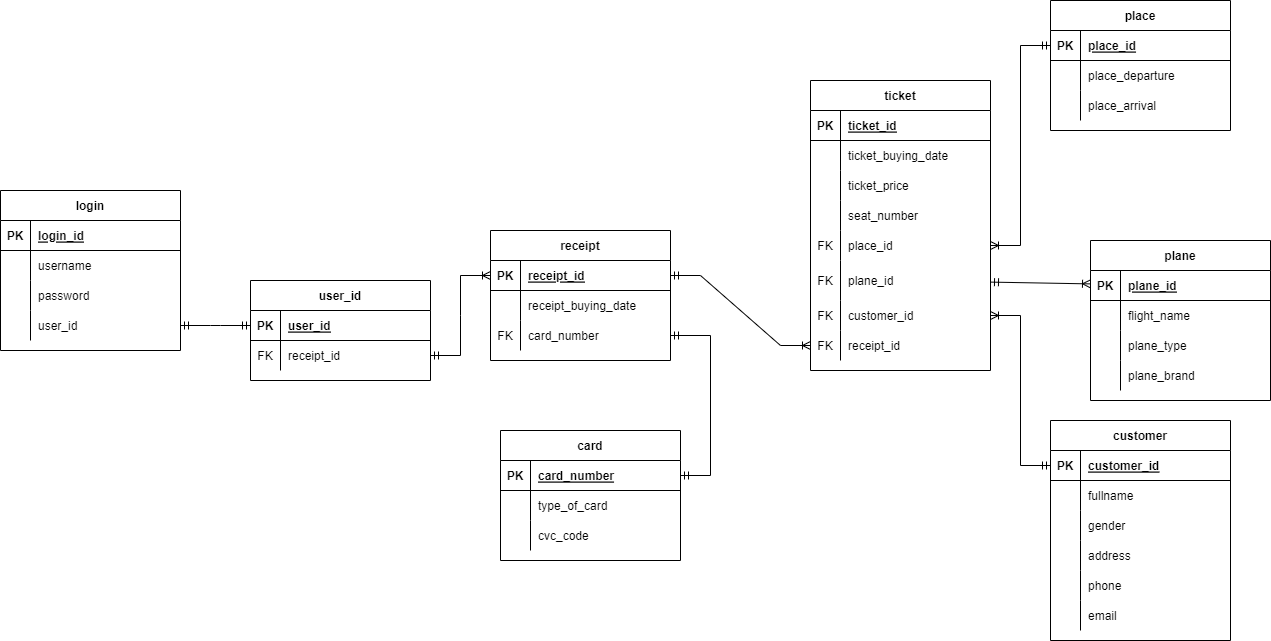
Above: database/Database.png in GumBox/CloudAirlineG8 (draw.io), before the change. Source tidied: cells renumbered, new cells last; positions are measured from the earlier drawing's top-left corner, leaving out a move shared by most shapes.
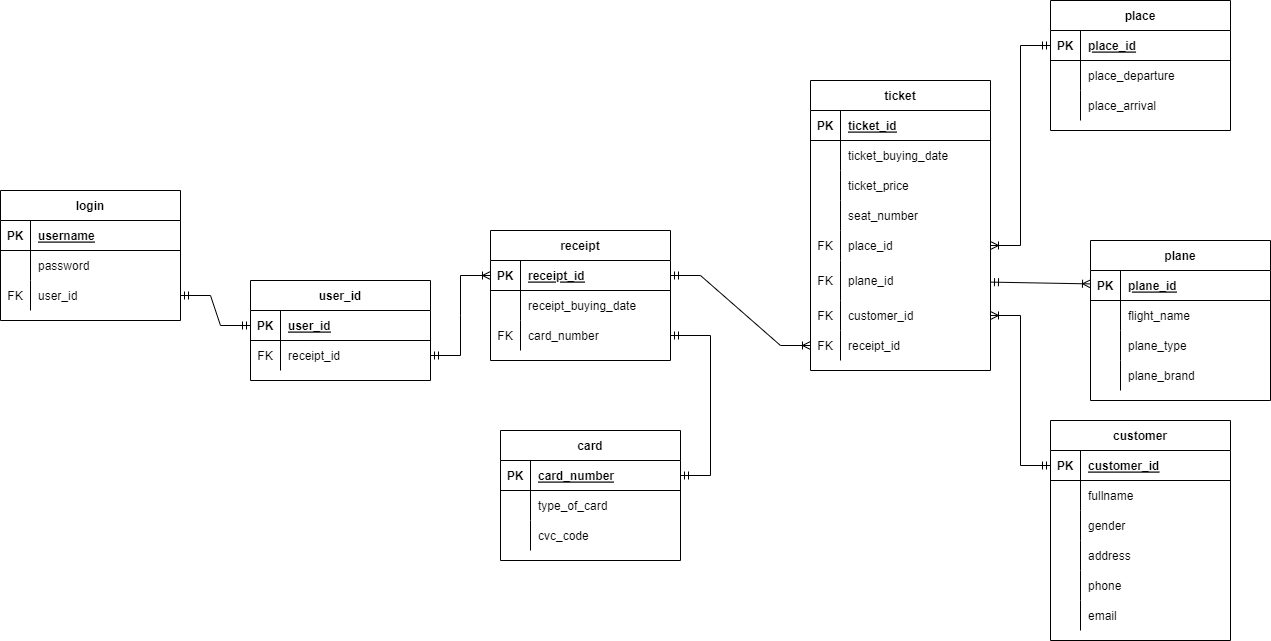
After the commit.

What changed in the source:
```diff
@@ -60,7 +60,7 @@
       <mxGeometry x="30" width="150" height="30" as="geometry" />
     </mxCell>
     <mxCell id="21" value="login" style="shape=table;startSize=30;rowLines=0;fontStyle=1;align=center;verticalAlign=middle;" parent="1" vertex="1">
-      <mxGeometry y="190" width="180" height="160" as="geometry" />
+      <mxGeometry y="190" width="180" height="130" as="geometry" />
     </mxCell>
     <mxCell id="22" style="shape=tableRow;horizontal=0;startSize=0;swimlaneHead=0;swimlaneBody=0;fillColor=none;top=0;left=0;right=0;bottom=1;" parent="21" vertex="1">
       <mxGeometry y="30" width="180" height="30" as="geometry" />
@@ -68,20 +68,11 @@
     <mxCell id="23" value="PK" style="shape=partialRectangle;fillColor=none;top=0;left=0;bottom=0;right=0;fontStyle=1;overflow=hidden;" parent="22" vertex="1">
       <mxGeometry width="30" height="30" as="geometry" />
     </mxCell>
-    <mxCell id="24" value="login_id" style="shape=partialRectangle;fillColor=none;top=0;left=0;bottom=0;right=0;align=left;spacingLeft=6;fontStyle=5;overflow=hidden;" parent="22" vertex="1">
+    <mxCell id="24" value="username" style="shape=partialRectangle;fillColor=none;top=0;left=0;bottom=0;right=0;align=left;spacingLeft=6;fontStyle=5;overflow=hidden;" parent="22" vertex="1">
       <mxGeometry x="30" width="150" height="30" as="geometry" />
     </mxCell>
-    <mxCell id="25" style="shape=tableRow;horizontal=0;startSize=0;swimlaneHead=0;swimlaneBody=0;fillColor=none;top=0;left=0;right=0;bottom=0;" parent="21" vertex="1">
-      <mxGeometry y="60" width="180" height="30" as="geometry" />
-    </mxCell>
-    <mxCell id="26" style="shape=partialRectangle;fillColor=none;top=0;left=0;bottom=0;right=0;overflow=hidden;" parent="25" vertex="1">
-      <mxGeometry width="30" height="30" as="geometry" />
-    </mxCell>
-    <mxCell id="27" value="username" style="shape=partialRectangle;fillColor=none;top=0;left=0;bottom=0;right=0;align=left;spacingLeft=6;overflow=hidden;" parent="25" vertex="1">
-      <mxGeometry x="30" width="150" height="30" as="geometry" />
-    </mxCell>
     <mxCell id="28" style="shape=tableRow;horizontal=0;startSize=0;swimlaneHead=0;swimlaneBody=0;fillColor=none;top=0;left=0;right=0;bottom=0;" parent="21" vertex="1">
-      <mxGeometry y="90" width="180" height="30" as="geometry" />
+      <mxGeometry y="60" width="180" height="30" as="geometry" />
     </mxCell>
     <mxCell id="29" style="shape=partialRectangle;fillColor=none;top=0;left=0;bottom=0;right=0;overflow=hidden;" parent="28" vertex="1">
       <mxGeometry width="30" height="30" as="geometry" />
@@ -90,9 +81,9 @@
       <mxGeometry x="30" width="150" height="30" as="geometry" />
     </mxCell>
     <mxCell id="31" style="shape=tableRow;horizontal=0;startSize=0;swimlaneHead=0;swimlaneBody=0;fillColor=none;points=[[0,0.5],[1,0.5]];portConstraint=eastwest;top=0;left=0;right=0;bottom=0;" parent="21" vertex="1">
-      <mxGeometry y="120" width="180" height="30" as="geometry" />
+      <mxGeometry y="90" width="180" height="30" as="geometry" />
     </mxCell>
-    <mxCell id="32" style="shape=partialRectangle;fillColor=none;top=0;left=0;bottom=0;right=0;overflow=hidden;" parent="31" vertex="1">
+    <mxCell id="32" value="FK" style="shape=partialRectangle;fillColor=none;top=0;left=0;bottom=0;right=0;overflow=hidden;" parent="31" vertex="1">
       <mxGeometry width="30" height="30" as="geometry" />
     </mxCell>
     <mxCell id="33" value="user_id" style="shape=partialRectangle;fillColor=none;top=0;left=0;bottom=0;right=0;align=left;spacingLeft=6;overflow=hidden;" parent="31" vertex="1">
```
